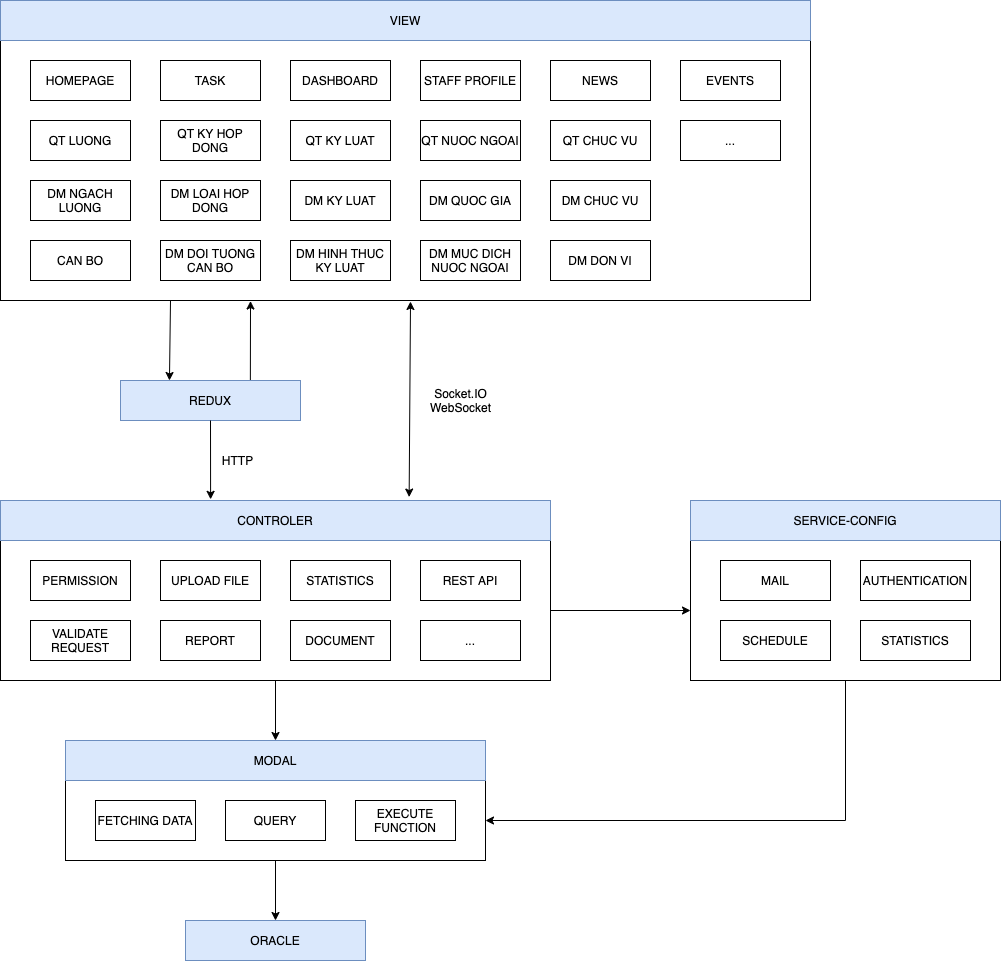
Above: img/MVCInTchc.png in namgold/LVTN_REPORT (draw.io), before the change. Source tidied: cells renumbered, new cells last; positions are measured from the earlier drawing's top-left corner, leaving out a move shared by most shapes. Source of this version:
```xml
<mxGraphModel>
  <root>
    <mxCell id="0" />
    <mxCell id="1" parent="0" />
    <mxCell id="2" style="edgeStyle=orthogonalEdgeStyle;rounded=0;jettySize=auto;html=1;entryX=0.272;entryY=0;entryDx=0;entryDy=0;entryPerimeter=0;" parent="1" edge="1" target="5">
      <mxGeometry relative="1" as="geometry">
        <mxPoint x="170" y="300" as="sourcePoint" />
        <Array as="points">
          <mxPoint x="169" y="300" />
        </Array>
      </mxGeometry>
    </mxCell>
    <mxCell id="3" style="rounded=0;whiteSpace=wrap;html=1;" parent="1" vertex="1">
      <mxGeometry y="40" width="810" height="260" as="geometry" />
    </mxCell>
    <mxCell id="4" value="VIEW" style="rounded=0;whiteSpace=wrap;html=1;fillColor=#dae8fc;strokeColor=#6c8ebf;" parent="1" vertex="1">
      <mxGeometry width="810" height="40" as="geometry" />
    </mxCell>
    <mxCell id="5" value="REDUX" style="rounded=0;whiteSpace=wrap;html=1;fillColor=#dae8fc;strokeColor=#6c8ebf;" parent="1" vertex="1">
      <mxGeometry x="120" y="380" width="180" height="40" as="geometry" />
    </mxCell>
    <mxCell id="6" style="edgeStyle=orthogonalEdgeStyle;rounded=0;jettySize=auto;html=1;exitX=0.5;exitY=1;exitDx=0;exitDy=0;entryX=0.5;entryY=0;entryDx=0;entryDy=0;" parent="1" edge="1" source="8" target="12">
      <mxGeometry relative="1" as="geometry" />
    </mxCell>
    <mxCell id="7" style="edgeStyle=orthogonalEdgeStyle;rounded=0;jettySize=auto;html=1;exitX=1;exitY=0.5;exitDx=0;exitDy=0;entryX=0;entryY=0.5;entryDx=0;entryDy=0;" parent="1" edge="1" source="8" target="27">
      <mxGeometry relative="1" as="geometry" />
    </mxCell>
    <mxCell id="8" style="rounded=0;whiteSpace=wrap;html=1;" parent="1" vertex="1">
      <mxGeometry y="540" width="550" height="140" as="geometry" />
    </mxCell>
    <mxCell id="9" value="CONTROLER" style="rounded=0;whiteSpace=wrap;html=1;fillColor=#dae8fc;strokeColor=#6c8ebf;" parent="1" vertex="1">
      <mxGeometry y="500" width="550" height="40" as="geometry" />
    </mxCell>
    <mxCell id="10" style="edgeStyle=orthogonalEdgeStyle;rounded=0;jettySize=auto;html=1;exitX=0.5;exitY=1;exitDx=0;exitDy=0;entryX=0.5;entryY=0;entryDx=0;entryDy=0;" parent="1" edge="1" source="11" target="15">
      <mxGeometry relative="1" as="geometry" />
    </mxCell>
    <mxCell id="11" style="rounded=0;whiteSpace=wrap;html=1;" parent="1" vertex="1">
      <mxGeometry x="65" y="780" width="420" height="80" as="geometry" />
    </mxCell>
    <mxCell id="12" value="MODAL" style="rounded=0;whiteSpace=wrap;html=1;fillColor=#dae8fc;strokeColor=#6c8ebf;" parent="1" vertex="1">
      <mxGeometry x="65" y="740" width="420" height="40" as="geometry" />
    </mxCell>
    <mxCell id="13" value="QUERY" style="rounded=0;whiteSpace=wrap;html=1;" parent="1" vertex="1">
      <mxGeometry x="225" y="800" width="100" height="40" as="geometry" />
    </mxCell>
    <mxCell id="14" value="EXECUTE FUNCTION" style="rounded=0;whiteSpace=wrap;html=1;" parent="1" vertex="1">
      <mxGeometry x="355" y="800" width="100" height="40" as="geometry" />
    </mxCell>
    <mxCell id="15" value="ORACLE" style="rounded=0;whiteSpace=wrap;html=1;fillColor=#dae8fc;strokeColor=#6c8ebf;" parent="1" vertex="1">
      <mxGeometry x="185" y="920" width="180" height="40" as="geometry" />
    </mxCell>
    <mxCell id="16" value="UPLOAD FILE" style="rounded=0;whiteSpace=wrap;html=1;" parent="1" vertex="1">
      <mxGeometry x="160" y="560" width="100" height="40" as="geometry" />
    </mxCell>
    <mxCell id="17" value="PERMISSION" style="rounded=0;whiteSpace=wrap;html=1;" parent="1" vertex="1">
      <mxGeometry x="30" y="560" width="100" height="40" as="geometry" />
    </mxCell>
    <mxCell id="18" value="VALIDATE REQUEST" style="rounded=0;whiteSpace=wrap;html=1;" parent="1" vertex="1">
      <mxGeometry x="30" y="620" width="100" height="40" as="geometry" />
    </mxCell>
    <mxCell id="19" value="FETCHING DATA" style="rounded=0;whiteSpace=wrap;html=1;" parent="1" vertex="1">
      <mxGeometry x="95" y="800" width="100" height="40" as="geometry" />
    </mxCell>
    <mxCell id="20" value="HTTP" style="text;html=1;align=center;verticalAlign=middle;" parent="1" vertex="1">
      <mxGeometry x="212" y="450" width="50" height="20" as="geometry" />
    </mxCell>
    <mxCell id="21" value="Socket.IO&lt;br&gt;WebSocket" style="text;html=1;align=center;verticalAlign=middle;" parent="1" vertex="1">
      <mxGeometry x="420" y="385" width="80" height="30" as="geometry" />
    </mxCell>
    <mxCell id="22" value="HOMEPAGE" style="rounded=0;whiteSpace=wrap;html=1;" parent="1" vertex="1">
      <mxGeometry x="30" y="60" width="100" height="40" as="geometry" />
    </mxCell>
    <mxCell id="23" value="REPORT" style="rounded=0;whiteSpace=wrap;html=1;" parent="1" vertex="1">
      <mxGeometry x="160" y="620" width="100" height="40" as="geometry" />
    </mxCell>
    <mxCell id="24" value="STATISTICS" style="rounded=0;whiteSpace=wrap;html=1;" parent="1" vertex="1">
      <mxGeometry x="290" y="560" width="100" height="40" as="geometry" />
    </mxCell>
    <mxCell id="25" value="DOCUMENT" style="rounded=0;whiteSpace=wrap;html=1;" parent="1" vertex="1">
      <mxGeometry x="290" y="620" width="100" height="40" as="geometry" />
    </mxCell>
    <mxCell id="26" style="edgeStyle=orthogonalEdgeStyle;rounded=0;jettySize=auto;html=1;exitX=0.5;exitY=1;exitDx=0;exitDy=0;entryX=1;entryY=0.5;entryDx=0;entryDy=0;" parent="1" edge="1" source="27" target="11">
      <mxGeometry relative="1" as="geometry">
        <Array as="points">
          <mxPoint x="845" y="820" />
        </Array>
      </mxGeometry>
    </mxCell>
    <mxCell id="27" style="rounded=0;whiteSpace=wrap;html=1;" parent="1" vertex="1">
      <mxGeometry x="690" y="540" width="310" height="140" as="geometry" />
    </mxCell>
    <mxCell id="28" value="SERVICE-CONFIG" style="rounded=0;whiteSpace=wrap;html=1;fillColor=#dae8fc;strokeColor=#6c8ebf;" parent="1" vertex="1">
      <mxGeometry x="690" y="500" width="310" height="40" as="geometry" />
    </mxCell>
    <mxCell id="29" value="AUTHENTICATION" style="rounded=0;whiteSpace=wrap;html=1;" parent="1" vertex="1">
      <mxGeometry x="860" y="560" width="110" height="40" as="geometry" />
    </mxCell>
    <mxCell id="30" value="MAIL" style="rounded=0;whiteSpace=wrap;html=1;" parent="1" vertex="1">
      <mxGeometry x="720" y="560" width="110" height="40" as="geometry" />
    </mxCell>
    <mxCell id="31" value="SCHEDULE" style="rounded=0;whiteSpace=wrap;html=1;" parent="1" vertex="1">
      <mxGeometry x="720" y="620" width="110" height="40" as="geometry" />
    </mxCell>
    <mxCell id="32" value="STATISTICS" style="rounded=0;whiteSpace=wrap;html=1;" parent="1" vertex="1">
      <mxGeometry x="860" y="620" width="110" height="40" as="geometry" />
    </mxCell>
    <mxCell id="33" value="TASK" style="rounded=0;whiteSpace=wrap;html=1;" parent="1" vertex="1">
      <mxGeometry x="160" y="60" width="100" height="40" as="geometry" />
    </mxCell>
    <mxCell id="34" value="NEWS" style="rounded=0;whiteSpace=wrap;html=1;" parent="1" vertex="1">
      <mxGeometry x="550" y="60" width="100" height="40" as="geometry" />
    </mxCell>
    <mxCell id="35" value="EVENTS" style="rounded=0;whiteSpace=wrap;html=1;" parent="1" vertex="1">
      <mxGeometry x="680" y="60" width="100" height="40" as="geometry" />
    </mxCell>
    <mxCell id="36" value="QT CHUC VU" style="rounded=0;whiteSpace=wrap;html=1;" parent="1" vertex="1">
      <mxGeometry x="550" y="120" width="100" height="40" as="geometry" />
    </mxCell>
    <mxCell id="37" value="QT KY HOP DONG" style="rounded=0;whiteSpace=wrap;html=1;" parent="1" vertex="1">
      <mxGeometry x="160" y="120" width="100" height="40" as="geometry" />
    </mxCell>
    <mxCell id="38" value="QT KY LUAT" style="rounded=0;whiteSpace=wrap;html=1;" parent="1" vertex="1">
      <mxGeometry x="290" y="120" width="100" height="40" as="geometry" />
    </mxCell>
    <mxCell id="39" value="QT NUOC NGOAI" style="rounded=0;whiteSpace=wrap;html=1;" parent="1" vertex="1">
      <mxGeometry x="420" y="120" width="100" height="40" as="geometry" />
    </mxCell>
    <mxCell id="40" value="DM DON VI" style="rounded=0;whiteSpace=wrap;html=1;" parent="1" vertex="1">
      <mxGeometry x="550" y="240" width="100" height="40" as="geometry" />
    </mxCell>
    <mxCell id="41" value="DM DOI TUONG CAN BO" style="rounded=0;whiteSpace=wrap;html=1;" parent="1" vertex="1">
      <mxGeometry x="160" y="240" width="100" height="40" as="geometry" />
    </mxCell>
    <mxCell id="42" value="DM KY LUAT" style="rounded=0;whiteSpace=wrap;html=1;" parent="1" vertex="1">
      <mxGeometry x="290" y="180" width="100" height="40" as="geometry" />
    </mxCell>
    <mxCell id="43" value="DM QUOC GIA" style="rounded=0;whiteSpace=wrap;html=1;" parent="1" vertex="1">
      <mxGeometry x="420" y="180" width="100" height="40" as="geometry" />
    </mxCell>
    <mxCell id="44" value="DM CHUC VU" style="rounded=0;whiteSpace=wrap;html=1;" parent="1" vertex="1">
      <mxGeometry x="550" y="180" width="100" height="40" as="geometry" />
    </mxCell>
    <mxCell id="45" value="QT LUONG" style="rounded=0;whiteSpace=wrap;html=1;" parent="1" vertex="1">
      <mxGeometry x="30" y="120" width="100" height="40" as="geometry" />
    </mxCell>
    <mxCell id="46" value="DM NGACH LUONG" style="rounded=0;whiteSpace=wrap;html=1;" parent="1" vertex="1">
      <mxGeometry x="30" y="180" width="100" height="40" as="geometry" />
    </mxCell>
    <mxCell id="47" value="DM LOAI HOP DONG" style="rounded=0;whiteSpace=wrap;html=1;" parent="1" vertex="1">
      <mxGeometry x="160" y="180" width="100" height="40" as="geometry" />
    </mxCell>
    <mxCell id="48" value="DM HINH THUC KY LUAT" style="rounded=0;whiteSpace=wrap;html=1;" parent="1" vertex="1">
      <mxGeometry x="290" y="240" width="100" height="40" as="geometry" />
    </mxCell>
    <mxCell id="49" value="DM MUC DICH NUOC NGOAI" style="rounded=0;whiteSpace=wrap;html=1;" parent="1" vertex="1">
      <mxGeometry x="420" y="240" width="100" height="40" as="geometry" />
    </mxCell>
    <mxCell id="50" value="STAFF PROFILE" style="rounded=0;whiteSpace=wrap;html=1;" parent="1" vertex="1">
      <mxGeometry x="420" y="60" width="100" height="40" as="geometry" />
    </mxCell>
    <mxCell id="51" value="DASHBOARD" style="rounded=0;whiteSpace=wrap;html=1;" parent="1" vertex="1">
      <mxGeometry x="290" y="60" width="100" height="40" as="geometry" />
    </mxCell>
    <mxCell id="52" value="..." style="rounded=0;whiteSpace=wrap;html=1;" parent="1" vertex="1">
      <mxGeometry x="680" y="120" width="100" height="40" as="geometry" />
    </mxCell>
    <mxCell id="53" value="CAN BO" style="rounded=0;whiteSpace=wrap;html=1;" parent="1" vertex="1">
      <mxGeometry x="30" y="240" width="100" height="40" as="geometry" />
    </mxCell>
    <mxCell id="54" style="endArrow=classic;html=1;entryX=0.382;entryY=-0.029;entryDx=0;entryDy=0;exitX=0.5;exitY=1;exitDx=0;exitDy=0;entryPerimeter=0;" parent="1" edge="1" source="5" target="9">
      <mxGeometry relative="1" as="geometry" />
    </mxCell>
    <mxCell id="55" style="endArrow=classic;startArrow=classic;html=1;exitX=0.743;exitY=-0.086;exitDx=0;exitDy=0;exitPerimeter=0;" parent="1" edge="1" source="9">
      <mxGeometry relative="1" as="geometry">
        <mxPoint x="410" y="301" as="targetPoint" />
      </mxGeometry>
    </mxCell>
    <mxCell id="56" style="endArrow=classic;html=1;exitX=0.777;exitY=-0.014;exitDx=0;exitDy=0;exitPerimeter=0;entryX=0.321;entryY=1.002;entryDx=0;entryDy=0;entryPerimeter=0;" parent="1" edge="1">
      <mxGeometry relative="1" as="geometry">
        <mxPoint x="249.9" y="379.4" as="sourcePoint" />
        <mxPoint x="250" y="300.5" as="targetPoint" />
      </mxGeometry>
    </mxCell>
    <mxCell id="57" value="REST API" style="rounded=0;whiteSpace=wrap;html=1;" parent="1" vertex="1">
      <mxGeometry x="420" y="560" width="100" height="40" as="geometry" />
    </mxCell>
    <mxCell id="58" value="..." style="rounded=0;whiteSpace=wrap;html=1;" parent="1" vertex="1">
      <mxGeometry x="420" y="620" width="100" height="40" as="geometry" />
    </mxCell>
  </root>
</mxGraphModel>
```
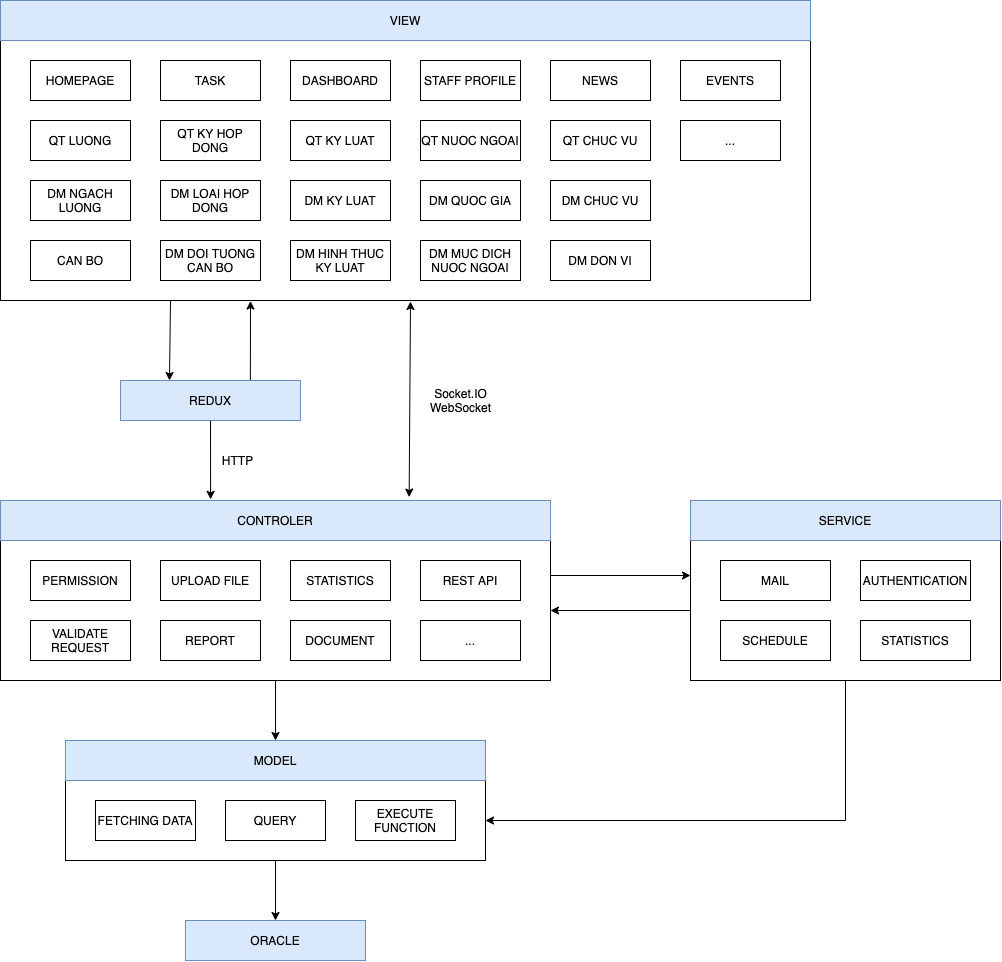
The same file after the commit.

Diff of the diagram source:
```diff
@@ -22,7 +22,7 @@
     <mxCell id="6" style="edgeStyle=orthogonalEdgeStyle;rounded=0;jettySize=auto;html=1;exitX=0.5;exitY=1;exitDx=0;exitDy=0;entryX=0.5;entryY=0;entryDx=0;entryDy=0;" parent="1" edge="1" source="8" target="12">
       <mxGeometry relative="1" as="geometry" />
     </mxCell>
-    <mxCell id="7" style="edgeStyle=orthogonalEdgeStyle;rounded=0;jettySize=auto;html=1;exitX=1;exitY=0.5;exitDx=0;exitDy=0;entryX=0;entryY=0.5;entryDx=0;entryDy=0;" parent="1" edge="1" source="8" target="27">
+    <mxCell id="7" style="edgeStyle=orthogonalEdgeStyle;rounded=0;jettySize=auto;html=1;exitX=1;exitY=0.25;exitDx=0;exitDy=0;entryX=0;entryY=0.25;entryDx=0;entryDy=0;" parent="1" edge="1" source="8" target="27">
       <mxGeometry relative="1" as="geometry" />
     </mxCell>
     <mxCell id="8" style="rounded=0;whiteSpace=wrap;html=1;" parent="1" vertex="1">
@@ -37,7 +37,7 @@
     <mxCell id="11" style="rounded=0;whiteSpace=wrap;html=1;" parent="1" vertex="1">
       <mxGeometry x="65" y="780" width="420" height="80" as="geometry" />
     </mxCell>
-    <mxCell id="12" value="MODAL" style="rounded=0;whiteSpace=wrap;html=1;fillColor=#dae8fc;strokeColor=#6c8ebf;" parent="1" vertex="1">
+    <mxCell id="12" value="MODEL" style="rounded=0;whiteSpace=wrap;html=1;fillColor=#dae8fc;strokeColor=#6c8ebf;" parent="1" vertex="1">
       <mxGeometry x="65" y="740" width="420" height="40" as="geometry" />
     </mxCell>
     <mxCell id="13" value="QUERY" style="rounded=0;whiteSpace=wrap;html=1;" parent="1" vertex="1">
@@ -86,10 +86,13 @@
         </Array>
       </mxGeometry>
     </mxCell>
+    <mxCell id="59" style="edgeStyle=orthogonalEdgeStyle;rounded=0;jettySize=auto;html=1;exitX=0;exitY=0.5;exitDx=0;exitDy=0;entryX=1;entryY=0.5;entryDx=0;entryDy=0;" parent="1" edge="1" source="27" target="8">
+      <mxGeometry relative="1" as="geometry" />
+    </mxCell>
     <mxCell id="27" style="rounded=0;whiteSpace=wrap;html=1;" parent="1" vertex="1">
       <mxGeometry x="690" y="540" width="310" height="140" as="geometry" />
     </mxCell>
-    <mxCell id="28" value="SERVICE-CONFIG" style="rounded=0;whiteSpace=wrap;html=1;fillColor=#dae8fc;strokeColor=#6c8ebf;" parent="1" vertex="1">
+    <mxCell id="28" value="SERVICE" style="rounded=0;whiteSpace=wrap;html=1;fillColor=#dae8fc;strokeColor=#6c8ebf;" parent="1" vertex="1">
       <mxGeometry x="690" y="500" width="310" height="40" as="geometry" />
     </mxCell>
     <mxCell id="29" value="AUTHENTICATION" style="rounded=0;whiteSpace=wrap;html=1;" parent="1" vertex="1">
```
